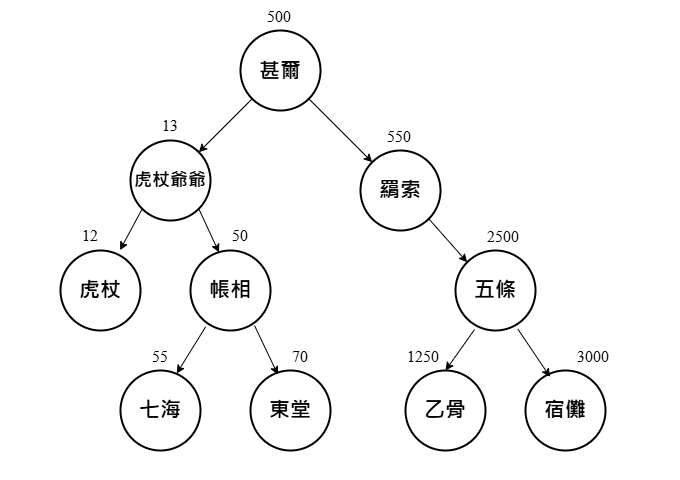
Above: source/img/LeetCode/tree/BST_example.png in leozzmc/leozzmc.github.io (draw.io), before the change. Source tidied: cells renumbered, new cells last; positions are measured from the earlier drawing's top-left corner, leaving out a move shared by most shapes. Source of this version:
```xml
<mxGraphModel>
  <root>
    <mxCell id="0" />
    <mxCell id="1" parent="0" />
    <mxCell id="2" style="rounded=0;whiteSpace=wrap;html=1;strokeColor=none;" parent="1" vertex="1">
      <mxGeometry width="680" height="480" as="geometry" />
    </mxCell>
    <mxCell id="3" value="&lt;font style=&quot;font-size: 21px;&quot;&gt;&lt;b&gt;甚爾&lt;/b&gt;&lt;/font&gt;" style="ellipse;whiteSpace=wrap;html=1;strokeWidth=2;" parent="1" vertex="1">
      <mxGeometry x="240" y="30" width="80" height="80" as="geometry" />
    </mxCell>
    <mxCell id="4" value="&lt;b&gt;&lt;font style=&quot;font-size: 18px;&quot;&gt;虎杖爺爺&lt;/font&gt;&lt;/b&gt;" style="ellipse;whiteSpace=wrap;html=1;strokeWidth=2;" parent="1" vertex="1">
      <mxGeometry x="130" y="140" width="80" height="80" as="geometry" />
    </mxCell>
    <mxCell id="5" value="&lt;font face=&quot;Times New Roman&quot;&gt;&lt;span style=&quot;font-size: 21px;&quot;&gt;&lt;b&gt;羂索&lt;/b&gt;&lt;/span&gt;&lt;/font&gt;" style="ellipse;whiteSpace=wrap;html=1;strokeWidth=2;" parent="1" vertex="1">
      <mxGeometry x="360" y="150" width="80" height="80" as="geometry" />
    </mxCell>
    <mxCell id="6" value="&lt;b style=&quot;font-family: &amp;quot;Times New Roman&amp;quot;; font-size: 21px;&quot;&gt;虎杖&lt;/b&gt;" style="ellipse;whiteSpace=wrap;html=1;strokeColor=default;strokeWidth=2;" parent="1" vertex="1">
      <mxGeometry x="60" y="250" width="80" height="80" as="geometry" />
    </mxCell>
    <mxCell id="7" value="&lt;font face=&quot;Times New Roman&quot;&gt;&lt;span style=&quot;font-size: 21px;&quot;&gt;&lt;b style=&quot;&quot;&gt;帳相&lt;/b&gt;&lt;/span&gt;&lt;/font&gt;" style="ellipse;whiteSpace=wrap;html=1;strokeColor=default;strokeWidth=2;fontColor=#000000;" parent="1" vertex="1">
      <mxGeometry x="190" y="250" width="80" height="80" as="geometry" />
    </mxCell>
    <mxCell id="8" style="endArrow=classic;html=1;rounded=0;exitX=1;exitY=1;exitDx=0;exitDy=0;entryX=0;entryY=0;entryDx=0;entryDy=0;strokeWidth=1;strokeColor=#000000;" parent="1" edge="1" source="3" target="5">
      <mxGeometry relative="1" as="geometry" />
    </mxCell>
    <mxCell id="9" style="endArrow=classic;html=1;rounded=0;exitX=0;exitY=1;exitDx=0;exitDy=0;strokeColor=#000000;strokeWidth=1;" parent="1" edge="1" source="3" target="4">
      <mxGeometry relative="1" as="geometry" />
    </mxCell>
    <mxCell id="10" style="endArrow=classic;html=1;rounded=0;exitX=1;exitY=1;exitDx=0;exitDy=0;entryX=0.356;entryY=0.024;entryDx=0;entryDy=0;entryPerimeter=0;strokeColor=#000000;" parent="1" edge="1" source="4" target="7">
      <mxGeometry relative="1" as="geometry" />
    </mxCell>
    <mxCell id="11" style="endArrow=classic;html=1;rounded=0;exitX=0;exitY=1;exitDx=0;exitDy=0;entryX=0.744;entryY=-0.004;entryDx=0;entryDy=0;entryPerimeter=0;strokeColor=#000000;" parent="1" edge="1" source="4" target="6">
      <mxGeometry relative="1" as="geometry" />
    </mxCell>
    <mxCell id="12" value="&lt;font face=&quot;Times New Roman&quot;&gt;&lt;span style=&quot;font-size: 21px;&quot;&gt;&lt;b&gt;五條&lt;/b&gt;&lt;/span&gt;&lt;/font&gt;" style="ellipse;whiteSpace=wrap;html=1;strokeColor=default;strokeWidth=2;fontColor=#000000;" parent="1" vertex="1">
      <mxGeometry x="455" y="250" width="80" height="80" as="geometry" />
    </mxCell>
    <mxCell id="13" style="endArrow=classic;html=1;rounded=0;exitX=1;exitY=1;exitDx=0;exitDy=0;entryX=0;entryY=0;entryDx=0;entryDy=0;strokeColor=#000000;" parent="1" edge="1" source="5" target="12">
      <mxGeometry relative="1" as="geometry" />
    </mxCell>
    <mxCell id="14" value="&lt;font face=&quot;Times New Roman&quot;&gt;&lt;span style=&quot;font-size: 21px;&quot;&gt;&lt;b&gt;七海&lt;/b&gt;&lt;/span&gt;&lt;/font&gt;" style="ellipse;whiteSpace=wrap;html=1;strokeColor=default;strokeWidth=2;fontColor=#000000;" parent="1" vertex="1">
      <mxGeometry x="120" y="370" width="80" height="80" as="geometry" />
    </mxCell>
    <mxCell id="15" value="&lt;font face=&quot;Times New Roman&quot;&gt;&lt;span style=&quot;font-size: 21px;&quot;&gt;&lt;b&gt;東堂&lt;/b&gt;&lt;/span&gt;&lt;/font&gt;" style="ellipse;whiteSpace=wrap;html=1;strokeColor=default;strokeWidth=2;fontColor=#000000;" parent="1" vertex="1">
      <mxGeometry x="250" y="370" width="80" height="80" as="geometry" />
    </mxCell>
    <mxCell id="16" value="&lt;span style=&quot;font-size: 21px;&quot;&gt;&lt;font style=&quot;&quot; face=&quot;Georgia&quot;&gt;&lt;b&gt;宿儺&lt;/b&gt;&lt;/font&gt;&lt;/span&gt;" style="ellipse;whiteSpace=wrap;html=1;strokeColor=default;strokeWidth=2;fontColor=#000000;" parent="1" vertex="1">
      <mxGeometry x="525" y="370" width="80" height="80" as="geometry" />
    </mxCell>
    <mxCell id="17" style="endArrow=classic;html=1;rounded=0;exitX=0.189;exitY=0.954;exitDx=0;exitDy=0;exitPerimeter=0;entryX=0.703;entryY=0.038;entryDx=0;entryDy=0;entryPerimeter=0;strokeColor=default;strokeWidth=1;fontColor=#000000;" parent="1" edge="1" source="7" target="14">
      <mxGeometry relative="1" as="geometry" />
    </mxCell>
    <mxCell id="18" style="endArrow=classic;html=1;rounded=0;entryX=0.342;entryY=0.052;entryDx=0;entryDy=0;entryPerimeter=0;strokeColor=default;strokeWidth=1;fontColor=#000000;" parent="1" edge="1" target="15">
      <mxGeometry relative="1" as="geometry">
        <mxPoint x="254" y="325" as="sourcePoint" />
      </mxGeometry>
    </mxCell>
    <mxCell id="19" style="endArrow=classic;html=1;rounded=0;exitX=0.779;exitY=0.982;exitDx=0;exitDy=0;exitPerimeter=0;entryX=0.307;entryY=0.079;entryDx=0;entryDy=0;entryPerimeter=0;strokeColor=default;strokeWidth=1;fontColor=#000000;" parent="1" edge="1" source="12" target="16">
      <mxGeometry relative="1" as="geometry" />
    </mxCell>
    <mxCell id="20" value="&lt;font face=&quot;Times New Roman&quot;&gt;&lt;span style=&quot;font-size: 21px;&quot;&gt;&lt;b&gt;乙骨&lt;/b&gt;&lt;/span&gt;&lt;/font&gt;" style="ellipse;whiteSpace=wrap;html=1;strokeColor=default;strokeWidth=2;fontColor=#000000;" parent="1" vertex="1">
      <mxGeometry x="405" y="370" width="80" height="80" as="geometry" />
    </mxCell>
    <mxCell id="21" style="endArrow=classic;html=1;rounded=0;exitX=0.238;exitY=0.988;exitDx=0;exitDy=0;strokeColor=#000000;exitPerimeter=0;entryX=0.5;entryY=0;entryDx=0;entryDy=0;strokeWidth=1;" parent="1" edge="1" source="12" target="20">
      <mxGeometry relative="1" as="geometry" />
    </mxCell>
    <mxCell id="22" value="&lt;font style=&quot;font-size: 16px;&quot; face=&quot;Times New Roman&quot;&gt;12&lt;/font&gt;" style="text;html=1;align=center;verticalAlign=middle;whiteSpace=wrap;rounded=0;" parent="1" vertex="1">
      <mxGeometry x="60" y="220" width="60" height="30" as="geometry" />
    </mxCell>
    <mxCell id="23" value="&lt;font style=&quot;font-size: 16px;&quot; face=&quot;Times New Roman&quot;&gt;13&lt;/font&gt;" style="text;html=1;align=center;verticalAlign=middle;whiteSpace=wrap;rounded=0;" parent="1" vertex="1">
      <mxGeometry x="140" y="110" width="60" height="30" as="geometry" />
    </mxCell>
    <mxCell id="24" value="&lt;span style=&quot;font-family: &amp;quot;Times New Roman&amp;quot;; font-size: 16px;&quot;&gt;50&lt;/span&gt;" style="text;html=1;align=center;verticalAlign=middle;whiteSpace=wrap;rounded=0;" parent="1" vertex="1">
      <mxGeometry x="210" y="220" width="60" height="30" as="geometry" />
    </mxCell>
    <mxCell id="25" value="&lt;span style=&quot;color: rgb(0, 0, 0); font-family: &amp;quot;Times New Roman&amp;quot;; font-size: 16px; font-style: normal; font-variant-ligatures: normal; font-variant-caps: normal; font-weight: 400; letter-spacing: normal; orphans: 2; text-align: center; text-indent: 0px; text-transform: none; widows: 2; word-spacing: 0px; -webkit-text-stroke-width: 0px; white-space: normal; background-color: rgb(255, 255, 255); text-decoration-thickness: initial; text-decoration-style: initial; text-decoration-color: initial; display: inline !important; float: none;&quot;&gt;55&lt;/span&gt;" style="text;whiteSpace=wrap;html=1;" parent="1" vertex="1">
      <mxGeometry x="150" y="340" width="50" height="40" as="geometry" />
    </mxCell>
    <mxCell id="26" value="&lt;span style=&quot;color: rgb(0, 0, 0); font-family: &amp;quot;Times New Roman&amp;quot;; font-size: 16px; font-style: normal; font-variant-ligatures: normal; font-variant-caps: normal; font-weight: 400; letter-spacing: normal; orphans: 2; text-align: center; text-indent: 0px; text-transform: none; widows: 2; word-spacing: 0px; -webkit-text-stroke-width: 0px; white-space: normal; background-color: rgb(255, 255, 255); text-decoration-thickness: initial; text-decoration-style: initial; text-decoration-color: initial; display: inline !important; float: none;&quot;&gt;70&lt;/span&gt;" style="text;whiteSpace=wrap;html=1;" parent="1" vertex="1">
      <mxGeometry x="290" y="340" width="30" height="40" as="geometry" />
    </mxCell>
    <mxCell id="27" value="&lt;div style=&quot;text-align: center;&quot;&gt;&lt;font face=&quot;Times New Roman&quot;&gt;&lt;span style=&quot;font-size: 16px;&quot;&gt;500&lt;/span&gt;&lt;/font&gt;&lt;/div&gt;" style="text;whiteSpace=wrap;html=1;" parent="1" vertex="1">
      <mxGeometry x="265" width="30" height="40" as="geometry" />
    </mxCell>
    <mxCell id="28" value="&lt;div style=&quot;text-align: center;&quot;&gt;&lt;span style=&quot;font-family: &amp;quot;Times New Roman&amp;quot;; font-size: 16px;&quot;&gt;550&lt;/span&gt;&lt;br&gt;&lt;/div&gt;" style="text;whiteSpace=wrap;html=1;" parent="1" vertex="1">
      <mxGeometry x="385" y="120" width="30" height="40" as="geometry" />
    </mxCell>
    <mxCell id="29" value="&lt;div style=&quot;text-align: center;&quot;&gt;&lt;font face=&quot;Times New Roman&quot;&gt;&lt;span style=&quot;font-size: 16px;&quot;&gt;2500&lt;/span&gt;&lt;/font&gt;&lt;/div&gt;" style="text;whiteSpace=wrap;html=1;" parent="1" vertex="1">
      <mxGeometry x="485" y="220" width="30" height="40" as="geometry" />
    </mxCell>
    <mxCell id="30" value="&lt;div style=&quot;text-align: center;&quot;&gt;&lt;font face=&quot;Times New Roman&quot;&gt;&lt;span style=&quot;font-size: 16px;&quot;&gt;1250&lt;/span&gt;&lt;/font&gt;&lt;/div&gt;" style="text;whiteSpace=wrap;html=1;" parent="1" vertex="1">
      <mxGeometry x="405" y="340" width="30" height="40" as="geometry" />
    </mxCell>
    <mxCell id="31" value="&lt;font face=&quot;Times New Roman&quot;&gt;&lt;span style=&quot;font-size: 16px;&quot;&gt;3000&lt;/span&gt;&lt;/font&gt;" style="text;whiteSpace=wrap;html=1;" parent="1" vertex="1">
      <mxGeometry x="575" y="340" width="30" height="40" as="geometry" />
    </mxCell>
  </root>
</mxGraphModel>
```
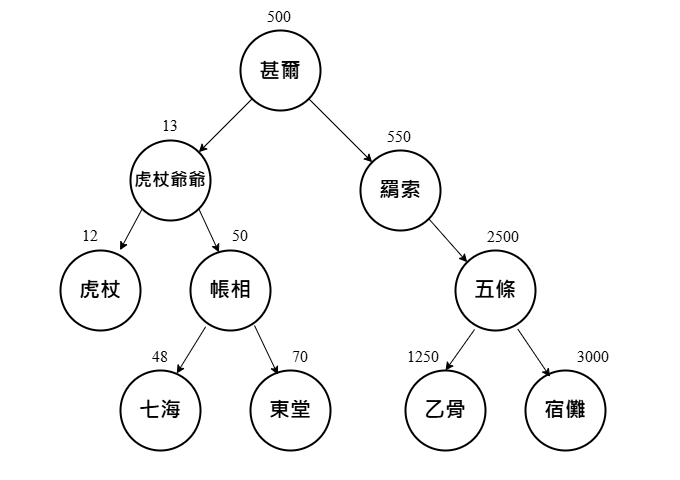
The same file after the commit.

Change to the diagram source:
```diff
@@ -73,7 +73,7 @@
     <mxCell id="24" value="&lt;span style=&quot;font-family: &amp;quot;Times New Roman&amp;quot;; font-size: 16px;&quot;&gt;50&lt;/span&gt;" style="text;html=1;align=center;verticalAlign=middle;whiteSpace=wrap;rounded=0;" parent="1" vertex="1">
       <mxGeometry x="210" y="220" width="60" height="30" as="geometry" />
     </mxCell>
-    <mxCell id="25" value="&lt;span style=&quot;color: rgb(0, 0, 0); font-family: &amp;quot;Times New Roman&amp;quot;; font-size: 16px; font-style: normal; font-variant-ligatures: normal; font-variant-caps: normal; font-weight: 400; letter-spacing: normal; orphans: 2; text-align: center; text-indent: 0px; text-transform: none; widows: 2; word-spacing: 0px; -webkit-text-stroke-width: 0px; white-space: normal; background-color: rgb(255, 255, 255); text-decoration-thickness: initial; text-decoration-style: initial; text-decoration-color: initial; display: inline !important; float: none;&quot;&gt;55&lt;/span&gt;" style="text;whiteSpace=wrap;html=1;" parent="1" vertex="1">
+    <mxCell id="25" value="&lt;div style=&quot;text-align: center;&quot;&gt;&lt;span style=&quot;background-color: initial; font-size: 16px;&quot;&gt;&lt;font face=&quot;Times New Roman&quot;&gt;48&lt;/font&gt;&lt;/span&gt;&lt;/div&gt;" style="text;whiteSpace=wrap;html=1;" parent="1" vertex="1">
       <mxGeometry x="150" y="340" width="50" height="40" as="geometry" />
     </mxCell>
     <mxCell id="26" value="&lt;span style=&quot;color: rgb(0, 0, 0); font-family: &amp;quot;Times New Roman&amp;quot;; font-size: 16px; font-style: normal; font-variant-ligatures: normal; font-variant-caps: normal; font-weight: 400; letter-spacing: normal; orphans: 2; text-align: center; text-indent: 0px; text-transform: none; widows: 2; word-spacing: 0px; -webkit-text-stroke-width: 0px; white-space: normal; background-color: rgb(255, 255, 255); text-decoration-thickness: initial; text-decoration-style: initial; text-decoration-color: initial; display: inline !important; float: none;&quot;&gt;70&lt;/span&gt;" style="text;whiteSpace=wrap;html=1;" parent="1" vertex="1">
```
